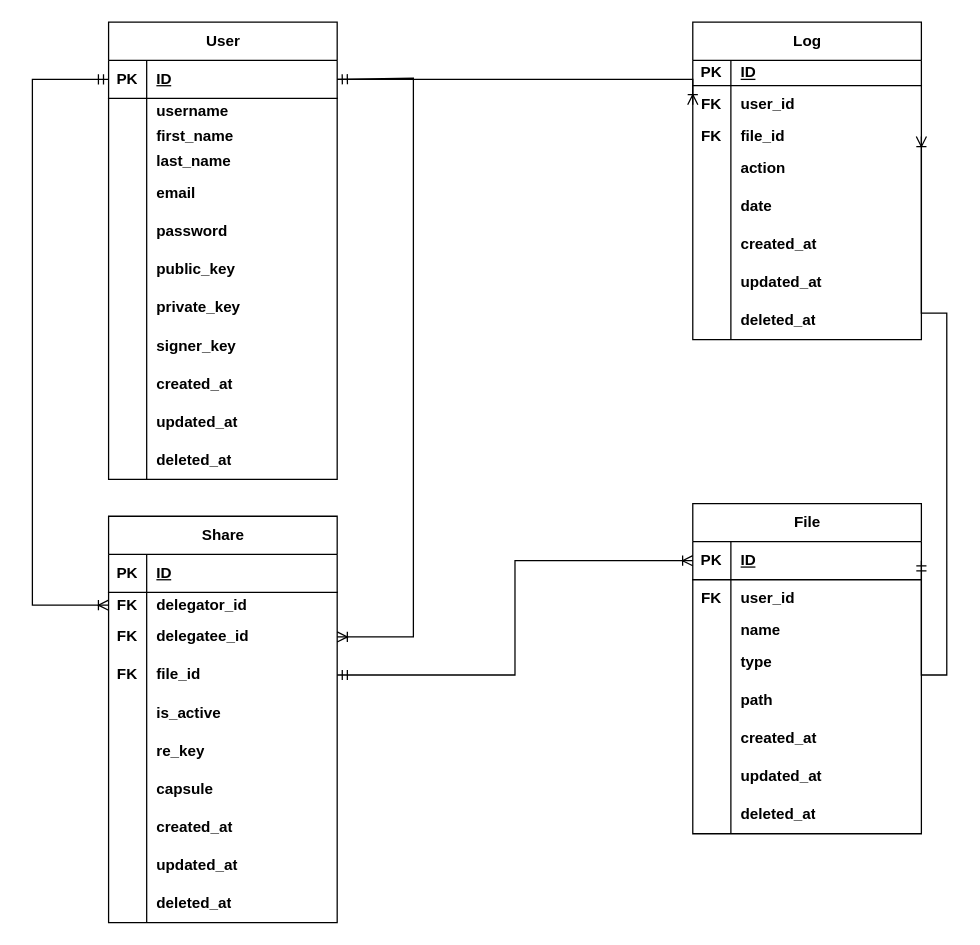
Earlier version of the draw.io diagram doc/database.drawio (myagmartseren/pre). Source tidied: cells renumbered, new cells numbered last; positions are measured from the earlier drawing's top-left corner, leaving out a move shared by most shapes. Both pictures are drawn from the tidied source at 127%, with x=0, y=0 at pixel (32, 22).
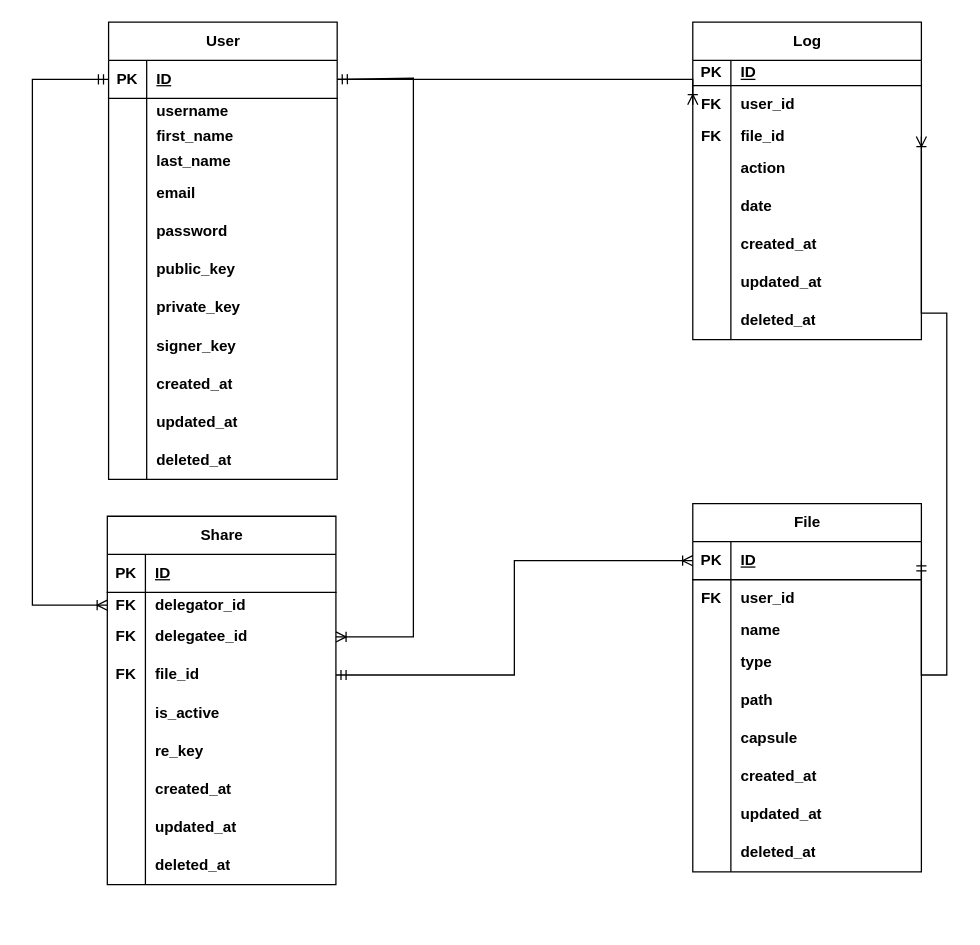
Above is the later version.

Change to the diagram source:
```diff
@@
     <mxCell id="2" value="&lt;b&gt;Share&lt;/b&gt;" style="shape=table;startSize=30;childLayout=tableLayout;rowLines=0;fontStyle=0;align=center;html=1;" parent="1" vertex="1">
-      <mxGeometry x="60" y="389" width="180" height="320" as="geometry" />
+      <mxGeometry x="59" y="389" width="180" height="290" as="geometry" />
     </mxCell>
@@
-    <mxCell id="21" style="shape=tableRow;horizontal=0;startSize=0;swimlaneHead=0;swimlaneBody=0;fillColor=none;top=0;left=0;right=0;bottom=0;" parent="2" vertex="1">
-      <mxGeometry y="200" width="180" height="30" as="geometry" />
-    </mxCell>
-    <mxCell id="22" style="shape=partialRectangle;fillColor=none;top=0;left=0;bottom=0;right=0;overflow=hidden;whiteSpace=wrap;html=1;" parent="21" vertex="1">
-      <mxGeometry width="30" height="30" as="geometry" />
-    </mxCell>
-    <mxCell id="23" value="&lt;b&gt;capsule&lt;br&gt;&lt;/b&gt;" style="shape=partialRectangle;fillColor=none;top=0;left=0;bottom=0;right=0;align=left;spacingLeft=6;overflow=hidden;whiteSpace=wrap;html=1;" parent="21" vertex="1">
-      <mxGeometry x="30" width="150" height="30" as="geometry" />
-    </mxCell>
     <mxCell id="24" style="shape=tableRow;horizontal=0;startSize=0;swimlaneHead=0;swimlaneBody=0;fillColor=none;top=0;left=0;right=0;bottom=0;" parent="2" vertex="1">
-      <mxGeometry y="230" width="180" height="30" as="geometry" />
+      <mxGeometry y="200" width="180" height="30" as="geometry" />
     </mxCell>
@@
     <mxCell id="27" style="shape=tableRow;horizontal=0;startSize=0;swimlaneHead=0;swimlaneBody=0;fillColor=none;top=0;left=0;right=0;bottom=0;" parent="2" vertex="1">
-      <mxGeometry y="260" width="180" height="30" as="geometry" />
+      <mxGeometry y="230" width="180" height="30" as="geometry" />
     </mxCell>
@@
     <mxCell id="30" style="shape=tableRow;horizontal=0;startSize=0;swimlaneHead=0;swimlaneBody=0;fillColor=none;top=0;left=0;right=0;bottom=0;" parent="2" vertex="1">
-      <mxGeometry y="290" width="180" height="30" as="geometry" />
+      <mxGeometry y="260" width="180" height="30" as="geometry" />
     </mxCell>
@@
     <mxCell id="33" value="File" style="shape=table;startSize=30;childLayout=tableLayout;rowLines=0;fontStyle=1;align=center;html=1;" parent="1" vertex="1">
-      <mxGeometry x="520" y="379" width="180" height="260" as="geometry" />
+      <mxGeometry x="520" y="379" width="180" height="290" as="geometry" />
     </mxCell>
@@
+    <mxCell id="125" style="shape=tableRow;horizontal=0;startSize=0;swimlaneHead=0;swimlaneBody=0;fillColor=none;top=0;left=0;right=0;bottom=0;" parent="33" vertex="1">
+      <mxGeometry y="170" width="180" height="30" as="geometry" />
+    </mxCell>
+    <mxCell id="22" style="shape=partialRectangle;fillColor=none;top=0;left=0;bottom=0;right=0;overflow=hidden;whiteSpace=wrap;html=1;" parent="125" vertex="1">
+      <mxGeometry width="30" height="30" as="geometry" />
+    </mxCell>
+    <mxCell id="23" value="capsule" style="shape=partialRectangle;fillColor=none;top=0;left=0;bottom=0;right=0;align=left;spacingLeft=6;overflow=hidden;whiteSpace=wrap;html=1;fontStyle=1;" parent="125" vertex="1">
+      <mxGeometry x="30" width="150" height="30" as="geometry" />
+    </mxCell>
     <mxCell id="49" style="shape=tableRow;horizontal=0;startSize=0;swimlaneHead=0;swimlaneBody=0;fillColor=none;top=0;left=0;right=0;bottom=0;" parent="33" vertex="1">
-      <mxGeometry y="170" width="180" height="30" as="geometry" />
+      <mxGeometry y="200" width="180" height="30" as="geometry" />
     </mxCell>
@@
     <mxCell id="52" style="shape=tableRow;horizontal=0;startSize=0;swimlaneHead=0;swimlaneBody=0;fillColor=none;top=0;left=0;right=0;bottom=0;" parent="33" vertex="1">
-      <mxGeometry y="200" width="180" height="30" as="geometry" />
+      <mxGeometry y="230" width="180" height="30" as="geometry" />
     </mxCell>
@@
     <mxCell id="55" style="shape=tableRow;horizontal=0;startSize=0;swimlaneHead=0;swimlaneBody=0;fillColor=none;top=0;left=0;right=0;bottom=0;" parent="33" vertex="1">
-      <mxGeometry y="230" width="180" height="30" as="geometry" />
+      <mxGeometry y="260" width="180" height="30" as="geometry" />
     </mxCell>
```
